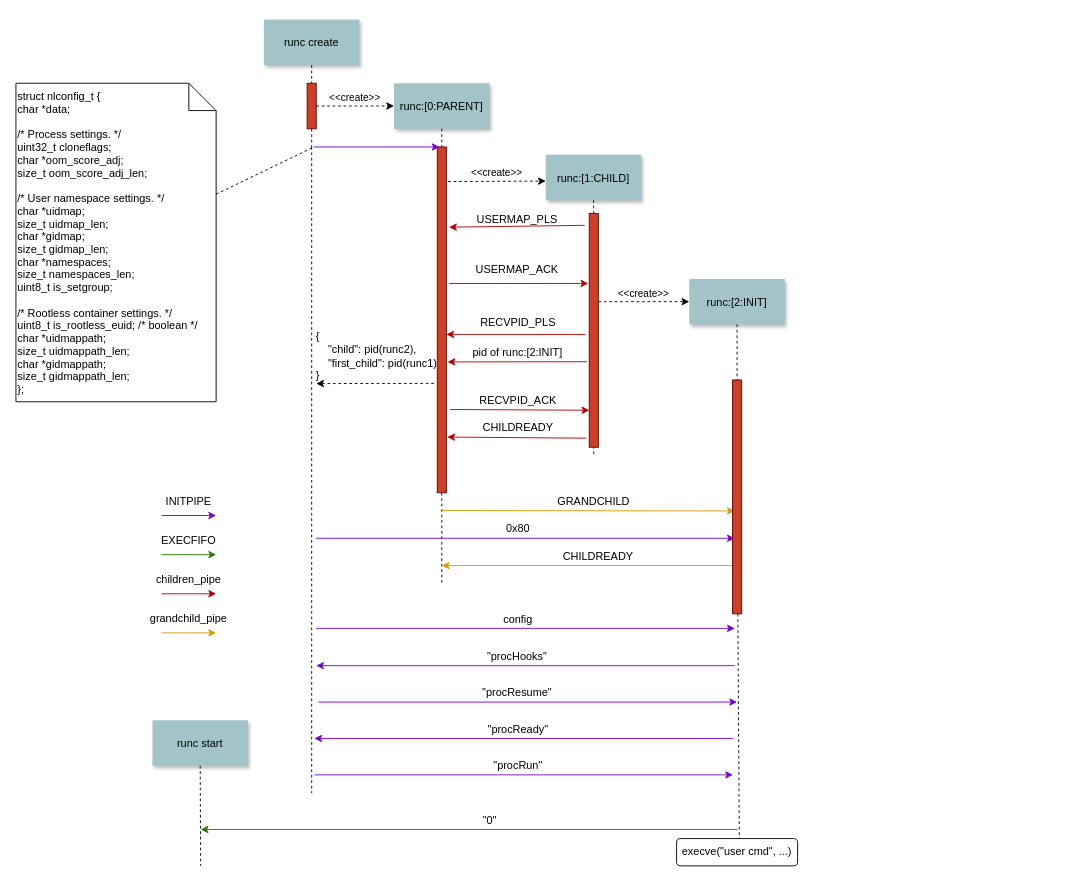
This is Untitled Diagram.drawio from payall4u/depository, a draw.io file, before an edit. Source tidied: cells renumbered, new cells numbered last; positions are measured from the earlier drawing's top-left corner, leaving out a move shared by most shapes. Both pictures are drawn from the tidied source at 91%, with x=0, y=0 at pixel (15, 19).
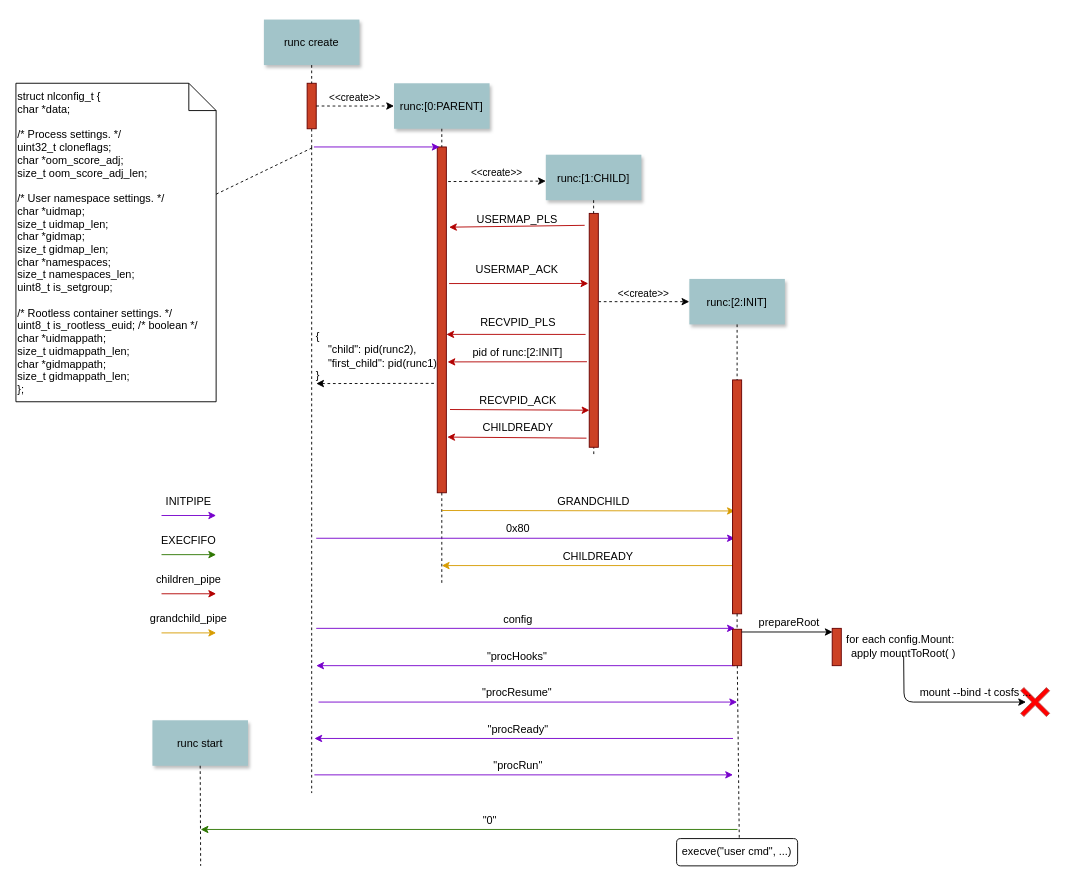
Above is the later version.

The change refers to these unchanged cells:
```xml
<mxCell id="50" style="fillColor=#CC4125;strokeColor=#660000;" parent="1" vertex="1">
  <mxGeometry x="787.5" y="396" width="10" height="257" as="geometry" />
</mxCell>
```

The edit, as a diff of the source:
```diff
@@
-    <mxCell id="10" style="edgeStyle=none;endArrow=none;dashed=1;" parent="1" edge="1" source="50">
+    <mxCell id="10" style="edgeStyle=none;endArrow=none;dashed=1;" parent="1" edge="1" source="67">
       <mxGeometry x="614.5" y="175" as="geometry">
         <mxPoint x="795" y="910" as="targetPoint" />
       </mxGeometry>
     </mxCell>
@@
+    <mxCell id="67" style="fillColor=#CC4125;strokeColor=#660000;" parent="1" vertex="1">
+      <mxGeometry x="787.5" y="670" width="10" height="40" as="geometry" />
+    </mxCell>
+    <mxCell id="68" style="edgeStyle=none;endArrow=none;dashed=1;" parent="1" edge="1" source="50" target="67">
+      <mxGeometry x="614.5" y="175" as="geometry" />
+    </mxCell>
+    <mxCell id="69" value="prepareRoot" style="text;html=1;strokeColor=none;fillColor=none;align=center;verticalAlign=middle;whiteSpace=wrap;rounded=0;" parent="1" vertex="1">
+      <mxGeometry x="830" y="653" width="40" height="20" as="geometry" />
+    </mxCell>
+    <mxCell id="70" style="endArrow=classic;html=1;entryX=0;entryY=0;entryDx=0;entryDy=0;" parent="1" edge="1">
+      <mxGeometry relative="1" as="geometry">
+        <mxPoint x="797.5" y="673" as="sourcePoint" />
+        <mxPoint x="897.5" y="673" as="targetPoint" />
+      </mxGeometry>
+    </mxCell>
+    <mxCell id="71" value="for each config.Mount:&amp;nbsp;&amp;nbsp;&lt;br&gt;apply mountToRoot( )" style="text;html=1;strokeColor=none;fillColor=none;align=center;verticalAlign=middle;whiteSpace=wrap;rounded=0;" parent="1" vertex="1">
+      <mxGeometry x="870" y="679" width="211" height="20" as="geometry" />
+    </mxCell>
+    <mxCell id="72" style="shape=cross;whiteSpace=wrap;html=1;size=0.12626906806903548;rotation=-45;strokeColor=#b85450;fillColor=#FF0000;" parent="1" vertex="1">
+      <mxGeometry x="1100" y="730" width="40" height="40" as="geometry" />
+    </mxCell>
+    <mxCell id="73" style="fillColor=#CC4125;strokeColor=#660000;" parent="1" vertex="1">
+      <mxGeometry x="897" y="669" width="10" height="41" as="geometry" />
+    </mxCell>
+    <mxCell id="74" style="endArrow=classic;html=1;exitX=0.5;exitY=1;exitDx=0;exitDy=0;" parent="1" edge="1" source="71">
+      <mxGeometry relative="1" as="geometry">
+        <mxPoint x="1110" y="750" as="targetPoint" />
+        <Array as="points">
+          <mxPoint x="976" y="750" />
+        </Array>
+      </mxGeometry>
+    </mxCell>
+    <mxCell id="75" value="mount --bind -t cosfs ..." style="text;html=1;strokeColor=none;fillColor=none;align=center;verticalAlign=middle;whiteSpace=wrap;rounded=0;" parent="1" vertex="1">
+      <mxGeometry x="990" y="730" width="130" height="20" as="geometry" />
+    </mxCell>
```
